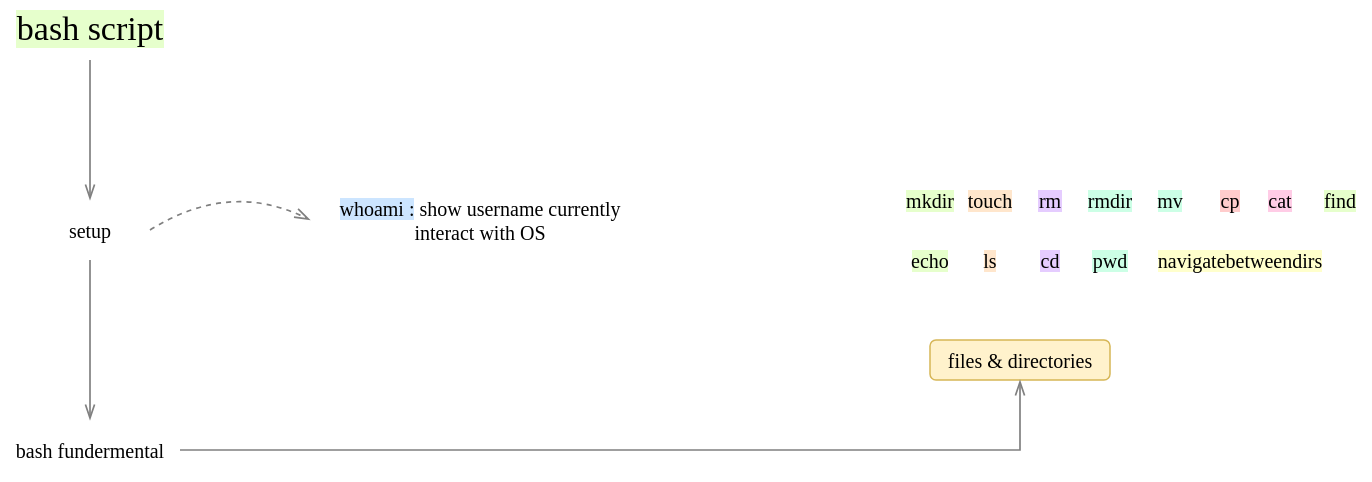
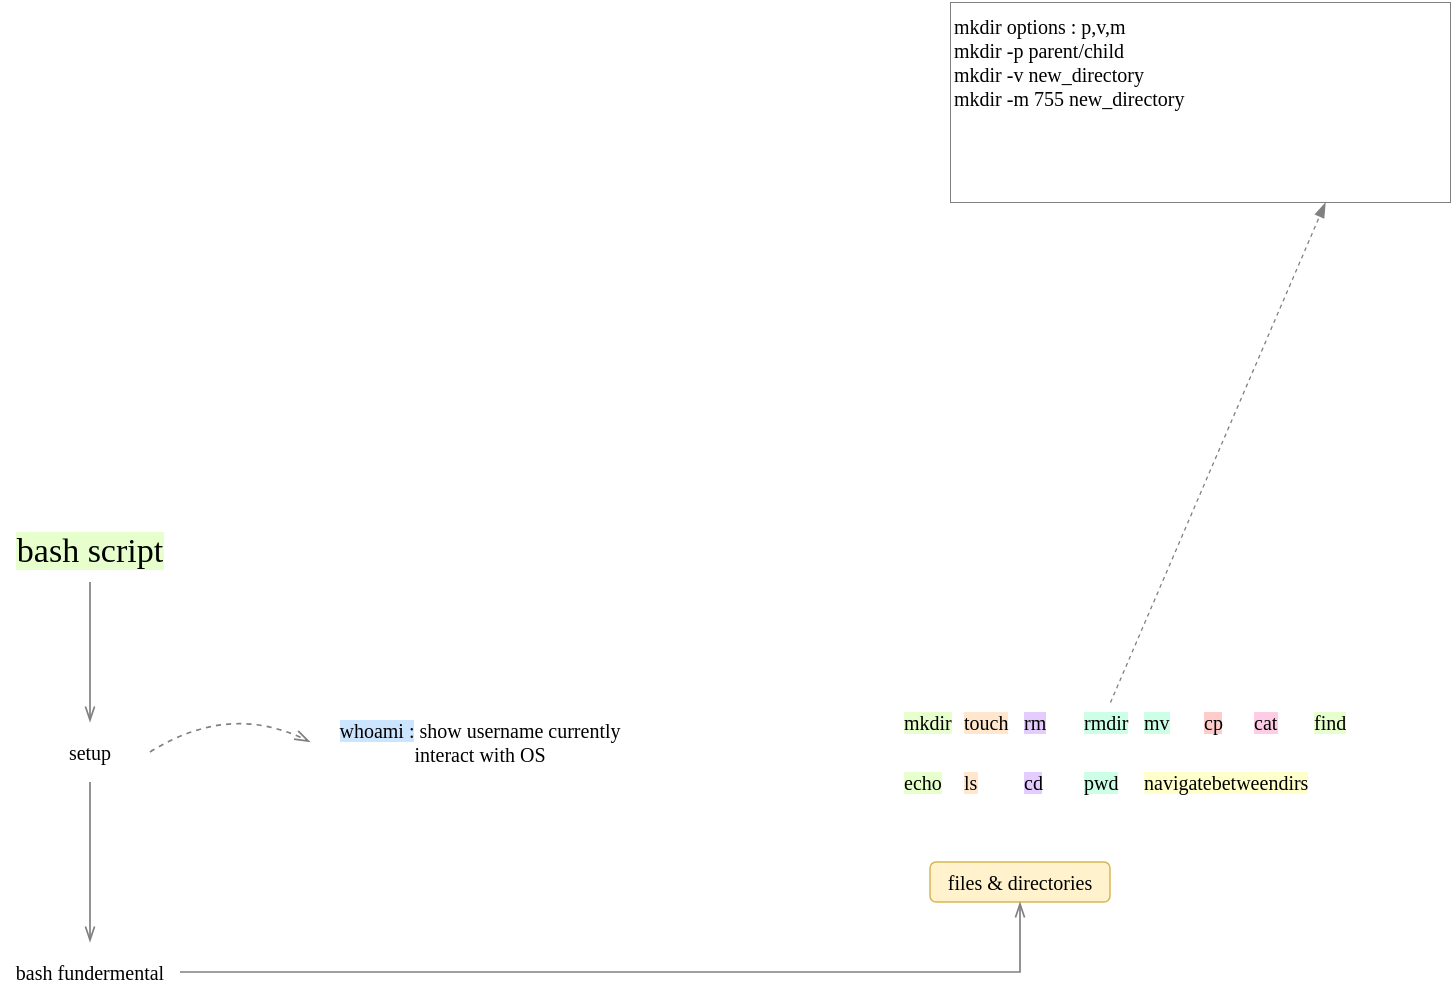
<mxfile host="app.diagrams.net">
  <diagram name="Page-1" id="ASFAg3QW-8pENEQWLq1w">
-     <mxGraphModel dx="440" dy="197" grid="1" gridSize="10" guides="1" tooltips="1" connect="1" arrows="1" fold="1" page="1" pageScale="1" pageWidth="827" pageHeight="1169" math="0" shadow="0">
+     <mxGraphModel dx="913" dy="1578" grid="1" gridSize="10" guides="1" tooltips="1" connect="1" arrows="1" fold="1" page="1" pageScale="1" pageWidth="827" pageHeight="1169" math="0" shadow="0">
      <root>
        <mxCell id="0" />
        <mxCell id="1" parent="0" />
        <mxCell id="yHV59lyykjLdx_5fFAOr-2" parent="1" style="text;html=1;whiteSpace=wrap;strokeColor=none;fillColor=none;align=center;verticalAlign=middle;rounded=0;fontFamily=Comic Sans MS;fontSize=17;" value="&lt;span style=&quot;background-color: rgb(230, 255, 204);&quot;&gt;bash script&lt;/span&gt;" vertex="1">
          <mxGeometry height="30" width="80" x="320" y="240" as="geometry" />
        </mxCell>
        <mxCell id="yHV59lyykjLdx_5fFAOr-3" parent="1" style="text;html=1;whiteSpace=wrap;strokeColor=none;fillColor=none;align=center;verticalAlign=middle;rounded=0;fontFamily=Comic Sans MS;fontSize=10;" value="setup " vertex="1">
          <mxGeometry height="30" width="60" x="330" y="340" as="geometry" />
        </mxCell>
        <mxCell id="yHV59lyykjLdx_5fFAOr-4" edge="1" parent="1" source="yHV59lyykjLdx_5fFAOr-2" style="endArrow=openThin;html=1;rounded=0;strokeColor=#808080;endFill=0;strokeWidth=0.85;entryX=0.5;entryY=0;entryDx=0;entryDy=0;exitX=0.5;exitY=1;exitDx=0;exitDy=0;" target="yHV59lyykjLdx_5fFAOr-3" value="">
          <mxGeometry height="50" relative="1" width="50" as="geometry">
            <Array as="points" />
            <mxPoint x="420" y="330" as="sourcePoint" />
            <mxPoint x="420" y="389" as="targetPoint" />
          </mxGeometry>
        </mxCell>
        <mxCell id="yHV59lyykjLdx_5fFAOr-7" edge="1" parent="1" source="yHV59lyykjLdx_5fFAOr-3" style="endArrow=openThin;html=1;rounded=0;strokeColor=#808080;endFill=0;strokeWidth=0.85;exitX=0.5;exitY=1;exitDx=0;exitDy=0;" target="yHV59lyykjLdx_5fFAOr-12" value="">
          <mxGeometry height="50" relative="1" width="50" as="geometry">
            <Array as="points" />
            <mxPoint x="420" y="330" as="sourcePoint" />
            <mxPoint x="360" y="440" as="targetPoint" />
          </mxGeometry>
        </mxCell>
        <mxCell id="yHV59lyykjLdx_5fFAOr-8" parent="1" style="rounded=1;whiteSpace=wrap;html=1;strokeColor=none;fontFamily=Comic Sans MS;strokeWidth=0.75;fontSize=10;" value="&lt;span style=&quot;background-color: rgb(204, 229, 255);&quot;&gt;whoami :&lt;/span&gt;&lt;span&gt; show username currently interact with OS&lt;/span&gt;" vertex="1">
          <mxGeometry height="20" width="170" x="470" y="340" as="geometry" />
        </mxCell>
        <mxCell id="yHV59lyykjLdx_5fFAOr-11" edge="1" parent="1" source="yHV59lyykjLdx_5fFAOr-3" style="endArrow=openThin;html=1;rounded=0;strokeColor=#808080;endFill=0;strokeWidth=0.85;entryX=0;entryY=0.5;entryDx=0;entryDy=0;exitX=1;exitY=0.5;exitDx=0;exitDy=0;curved=1;dashed=1;" target="yHV59lyykjLdx_5fFAOr-8" value="">
          <mxGeometry height="50" relative="1" width="50" as="geometry">
            <Array as="points">
              <mxPoint x="430" y="330" />
            </Array>
            <mxPoint x="420" y="330" as="sourcePoint" />
            <mxPoint x="420" y="389" as="targetPoint" />
          </mxGeometry>
        </mxCell>
        <mxCell id="yHV59lyykjLdx_5fFAOr-12" parent="1" style="text;html=1;whiteSpace=wrap;strokeColor=none;fillColor=none;align=center;verticalAlign=middle;rounded=0;fontFamily=Comic Sans MS;fontSize=10;" value="bash fundermental" vertex="1">
          <mxGeometry height="30" width="90" x="315" y="450" as="geometry" />
        </mxCell>
        <mxCell id="yHV59lyykjLdx_5fFAOr-13" parent="1" style="rounded=1;whiteSpace=wrap;html=1;strokeColor=#d6b656;fontFamily=Comic Sans MS;strokeWidth=0.75;fillColor=#fff2cc;fontSize=10;" value="files &amp;amp; directories" vertex="1">
          <mxGeometry height="20" width="90" x="780" y="410" as="geometry" />
        </mxCell>
        <mxCell id="yHV59lyykjLdx_5fFAOr-15" edge="1" parent="1" source="yHV59lyykjLdx_5fFAOr-12" style="endArrow=openThin;html=1;rounded=0;strokeColor=#808080;endFill=0;strokeWidth=0.85;entryX=0.5;entryY=1;entryDx=0;entryDy=0;exitX=1;exitY=0.5;exitDx=0;exitDy=0;" target="yHV59lyykjLdx_5fFAOr-13" value="">
          <mxGeometry height="50" relative="1" width="50" as="geometry">
            <Array as="points">
              <mxPoint x="825" y="465" />
            </Array>
            <mxPoint x="530" y="390" as="sourcePoint" />
            <mxPoint x="530" y="449" as="targetPoint" />
          </mxGeometry>
        </mxCell>
-         <mxCell id="yHV59lyykjLdx_5fFAOr-16" parent="1" style="text;html=1;whiteSpace=wrap;strokeColor=none;fillColor=none;align=center;verticalAlign=middle;rounded=0;fontFamily=Comic Sans MS;fontSize=10;" value="&lt;span style=&quot;background-color: rgb(204, 255, 230);&quot;&gt;pwd&lt;/span&gt;" vertex="1">
+         <mxCell id="yHV59lyykjLdx_5fFAOr-16" parent="1" style="text;html=1;whiteSpace=wrap;strokeColor=none;fillColor=none;align=left;verticalAlign=middle;rounded=0;fontFamily=Comic Sans MS;fontSize=10;" value="&lt;span style=&quot;background-color: rgb(204, 255, 230);&quot;&gt;pwd&lt;/span&gt;" vertex="1">
          <mxGeometry height="20" width="30" x="855" y="360" as="geometry" />
        </mxCell>
-         <mxCell id="yHV59lyykjLdx_5fFAOr-18" parent="1" style="text;html=1;whiteSpace=wrap;strokeColor=none;fillColor=none;align=center;verticalAlign=middle;rounded=0;fontFamily=Comic Sans MS;fontSize=10;" value="&lt;span style=&quot;background-color: rgb(229, 204, 255);&quot;&gt;cd&lt;/span&gt;" vertex="1">
+         <mxCell id="yHV59lyykjLdx_5fFAOr-18" parent="1" style="text;html=1;whiteSpace=wrap;strokeColor=none;fillColor=none;align=left;verticalAlign=middle;rounded=0;fontFamily=Comic Sans MS;fontSize=10;" value="&lt;span style=&quot;background-color: rgb(229, 204, 255);&quot;&gt;cd&lt;/span&gt;" vertex="1">
          <mxGeometry height="20" width="30" x="825" y="360" as="geometry" />
        </mxCell>
-         <mxCell id="yHV59lyykjLdx_5fFAOr-19" parent="1" style="text;html=1;whiteSpace=wrap;strokeColor=none;fillColor=none;align=center;verticalAlign=middle;rounded=0;fontFamily=Comic Sans MS;fontSize=10;" value="&lt;span style=&quot;background-color: rgb(255, 230, 204);&quot;&gt;ls&lt;/span&gt;" vertex="1">
+         <mxCell id="yHV59lyykjLdx_5fFAOr-19" parent="1" style="text;html=1;whiteSpace=wrap;strokeColor=none;fillColor=none;align=left;verticalAlign=middle;rounded=0;fontFamily=Comic Sans MS;fontSize=10;" value="&lt;span style=&quot;background-color: rgb(255, 230, 204);&quot;&gt;ls&lt;/span&gt;" vertex="1">
          <mxGeometry height="20" width="30" x="795" y="360" as="geometry" />
        </mxCell>
-         <mxCell id="yHV59lyykjLdx_5fFAOr-20" parent="1" style="text;html=1;whiteSpace=wrap;strokeColor=none;fillColor=none;align=center;verticalAlign=middle;rounded=0;fontFamily=Comic Sans MS;fontSize=10;" value="&lt;span style=&quot;background-color: rgb(230, 255, 204);&quot;&gt;echo&lt;/span&gt;" vertex="1">
+         <mxCell id="yHV59lyykjLdx_5fFAOr-20" parent="1" style="text;html=1;whiteSpace=wrap;strokeColor=none;fillColor=none;align=left;verticalAlign=middle;rounded=0;fontFamily=Comic Sans MS;fontSize=10;" value="&lt;span style=&quot;background-color: rgb(230, 255, 204);&quot;&gt;echo&lt;/span&gt;" vertex="1">
          <mxGeometry height="20" width="30" x="765" y="360" as="geometry" />
        </mxCell>
-         <mxCell id="yHV59lyykjLdx_5fFAOr-21" parent="1" style="text;html=1;whiteSpace=wrap;strokeColor=none;fillColor=none;align=center;verticalAlign=middle;rounded=0;fontFamily=Comic Sans MS;fontSize=10;" value="&lt;span style=&quot;background-color: rgb(204, 255, 230);&quot;&gt;rmdir&lt;/span&gt;" vertex="1">
+         <mxCell id="yHV59lyykjLdx_5fFAOr-21" parent="1" style="text;html=1;whiteSpace=wrap;strokeColor=none;fillColor=none;align=left;verticalAlign=middle;rounded=0;fontFamily=Comic Sans MS;fontSize=10;" value="&lt;span style=&quot;background-color: rgb(204, 255, 230);&quot;&gt;rmdir&lt;/span&gt;" vertex="1">
          <mxGeometry height="20" width="30" x="855" y="330" as="geometry" />
        </mxCell>
-         <mxCell id="yHV59lyykjLdx_5fFAOr-22" parent="1" style="text;html=1;whiteSpace=wrap;strokeColor=none;fillColor=none;align=center;verticalAlign=middle;rounded=0;fontFamily=Comic Sans MS;fontSize=10;" value="&lt;span style=&quot;background-color: rgb(229, 204, 255);&quot;&gt;rm&lt;/span&gt;" vertex="1">
+         <mxCell id="yHV59lyykjLdx_5fFAOr-22" parent="1" style="text;html=1;whiteSpace=wrap;strokeColor=none;fillColor=none;align=left;verticalAlign=middle;rounded=0;fontFamily=Comic Sans MS;fontSize=10;" value="&lt;span style=&quot;background-color: rgb(229, 204, 255);&quot;&gt;rm&lt;/span&gt;" vertex="1">
          <mxGeometry height="20" width="30" x="825" y="330" as="geometry" />
        </mxCell>
-         <mxCell id="yHV59lyykjLdx_5fFAOr-23" parent="1" style="text;html=1;whiteSpace=wrap;strokeColor=none;fillColor=none;align=center;verticalAlign=middle;rounded=0;fontFamily=Comic Sans MS;fontSize=10;" value="&lt;span style=&quot;background-color: rgb(255, 230, 204);&quot;&gt;touch&lt;/span&gt;" vertex="1">
+         <mxCell id="yHV59lyykjLdx_5fFAOr-23" parent="1" style="text;html=1;whiteSpace=wrap;strokeColor=none;fillColor=none;align=left;verticalAlign=middle;rounded=0;fontFamily=Comic Sans MS;fontSize=10;" value="&lt;span style=&quot;background-color: rgb(255, 230, 204);&quot;&gt;touch&lt;/span&gt;" vertex="1">
          <mxGeometry height="20" width="30" x="795" y="330" as="geometry" />
        </mxCell>
-         <mxCell id="yHV59lyykjLdx_5fFAOr-24" parent="1" style="text;html=1;whiteSpace=wrap;strokeColor=none;fillColor=none;align=center;verticalAlign=middle;rounded=0;fontFamily=Comic Sans MS;fontSize=10;" value="&lt;span style=&quot;background-color: rgb(230, 255, 204);&quot;&gt;mkdir&lt;/span&gt;" vertex="1">
+         <mxCell id="yHV59lyykjLdx_5fFAOr-24" parent="1" style="text;html=1;whiteSpace=wrap;strokeColor=none;fillColor=none;align=left;verticalAlign=middle;rounded=0;fontFamily=Comic Sans MS;fontSize=10;" value="&lt;span style=&quot;background-color: rgb(230, 255, 204);&quot;&gt;mkdir&lt;/span&gt;" vertex="1">
          <mxGeometry height="20" width="30" x="765" y="330" as="geometry" />
        </mxCell>
-         <mxCell id="yHV59lyykjLdx_5fFAOr-25" parent="1" style="text;html=1;whiteSpace=wrap;strokeColor=none;fillColor=none;align=center;verticalAlign=middle;rounded=0;fontFamily=Comic Sans MS;fontSize=10;" value="&lt;span style=&quot;background-color: rgb(230, 255, 204);&quot;&gt;find&lt;/span&gt;" vertex="1">
+         <mxCell id="yHV59lyykjLdx_5fFAOr-25" parent="1" style="text;html=1;whiteSpace=wrap;strokeColor=none;fillColor=none;align=left;verticalAlign=middle;rounded=0;fontFamily=Comic Sans MS;fontSize=10;" value="&lt;span style=&quot;background-color: rgb(230, 255, 204);&quot;&gt;find&lt;/span&gt;" vertex="1">
          <mxGeometry height="20" width="30" x="970" y="330" as="geometry" />
        </mxCell>
-         <mxCell id="yHV59lyykjLdx_5fFAOr-26" parent="1" style="text;html=1;whiteSpace=wrap;strokeColor=none;fillColor=none;align=center;verticalAlign=middle;rounded=0;fontFamily=Comic Sans MS;fontSize=10;" value="&lt;span style=&quot;background-color: rgb(255, 204, 230);&quot;&gt;cat&lt;/span&gt;" vertex="1">
+         <mxCell id="yHV59lyykjLdx_5fFAOr-26" parent="1" style="text;html=1;whiteSpace=wrap;strokeColor=none;fillColor=none;align=left;verticalAlign=middle;rounded=0;fontFamily=Comic Sans MS;fontSize=10;" value="&lt;span style=&quot;background-color: rgb(255, 204, 230);&quot;&gt;cat&lt;/span&gt;" vertex="1">
          <mxGeometry height="20" width="30" x="940" y="330" as="geometry" />
        </mxCell>
-         <mxCell id="yHV59lyykjLdx_5fFAOr-27" parent="1" style="text;html=1;whiteSpace=wrap;strokeColor=none;fillColor=none;align=center;verticalAlign=middle;rounded=0;fontFamily=Comic Sans MS;fontSize=10;" value="&lt;span style=&quot;background-color: rgb(255, 204, 204);&quot;&gt;cp&lt;/span&gt;" vertex="1">
+         <mxCell id="yHV59lyykjLdx_5fFAOr-27" parent="1" style="text;html=1;whiteSpace=wrap;strokeColor=none;fillColor=none;align=left;verticalAlign=middle;rounded=0;fontFamily=Comic Sans MS;fontSize=10;" value="&lt;span style=&quot;background-color: rgb(255, 204, 204);&quot;&gt;cp&lt;/span&gt;" vertex="1">
          <mxGeometry height="20" width="30" x="915" y="330" as="geometry" />
        </mxCell>
-         <mxCell id="yHV59lyykjLdx_5fFAOr-28" parent="1" style="text;html=1;whiteSpace=wrap;strokeColor=none;fillColor=none;align=center;verticalAlign=middle;rounded=0;fontFamily=Comic Sans MS;fontSize=10;" value="&lt;span style=&quot;background-color: rgb(204, 255, 230);&quot;&gt;mv&lt;/span&gt;" vertex="1">
+         <mxCell id="yHV59lyykjLdx_5fFAOr-28" parent="1" style="text;html=1;whiteSpace=wrap;strokeColor=none;fillColor=none;align=left;verticalAlign=middle;rounded=0;fontFamily=Comic Sans MS;fontSize=10;" value="&lt;span style=&quot;background-color: rgb(204, 255, 230);&quot;&gt;mv&lt;/span&gt;" vertex="1">
          <mxGeometry height="20" width="30" x="885" y="330" as="geometry" />
        </mxCell>
-         <mxCell id="yHV59lyykjLdx_5fFAOr-29" parent="1" style="text;html=1;whiteSpace=wrap;strokeColor=none;fillColor=none;align=center;verticalAlign=middle;rounded=0;fontFamily=Comic Sans MS;fontSize=10;" value="&lt;span style=&quot;background-color: rgb(255, 255, 204);&quot;&gt;navigatebetweendirs&lt;/span&gt;" vertex="1">
+         <mxCell id="yHV59lyykjLdx_5fFAOr-29" parent="1" style="text;html=1;whiteSpace=wrap;strokeColor=none;fillColor=none;align=left;verticalAlign=middle;rounded=0;fontFamily=Comic Sans MS;fontSize=10;" value="&lt;span style=&quot;background-color: rgb(255, 255, 204);&quot;&gt;navigatebetweendirs&lt;/span&gt;" vertex="1">
          <mxGeometry height="20" width="100" x="885" y="360" as="geometry" />
+         </mxCell>
+         <mxCell id="yHV59lyykjLdx_5fFAOr-31" parent="1" style="rounded=0;whiteSpace=wrap;html=1;fontFamily=Comic Sans MS;strokeWidth=0.5;strokeColor=#808080;align=left;verticalAlign=top;fontSize=10;" value="&lt;div&gt;mkdir options : p,v,m&lt;/div&gt;&lt;div&gt;mkdir -p parent/child&lt;/div&gt;&lt;div&gt;&lt;div&gt;mkdir -v new_directory&lt;/div&gt;&lt;/div&gt;&lt;div&gt;&lt;div&gt;mkdir -m 755 new_directory&lt;/div&gt;&lt;/div&gt;&lt;div&gt;&lt;br&gt;&lt;/div&gt;" vertex="1">
+           <mxGeometry height="100" width="250" x="790" y="-20" as="geometry" />
+         </mxCell>
+         <mxCell id="yHV59lyykjLdx_5fFAOr-33" edge="1" parent="1" source="yHV59lyykjLdx_5fFAOr-21" style="endArrow=blockThin;html=1;rounded=0;strokeColor=#808080;endFill=1;strokeWidth=0.65;exitX=0.5;exitY=0;exitDx=0;exitDy=0;entryX=0.75;entryY=1;entryDx=0;entryDy=0;dashed=1;" target="yHV59lyykjLdx_5fFAOr-31" value="">
+           <mxGeometry height="50" relative="1" width="50" as="geometry">
+             <mxPoint x="775" y="360" as="sourcePoint" />
+             <mxPoint x="750" y="320" as="targetPoint" />
+           </mxGeometry>
        </mxCell>
      </root>
    </mxGraphModel>
  </diagram>
</mxfile>
